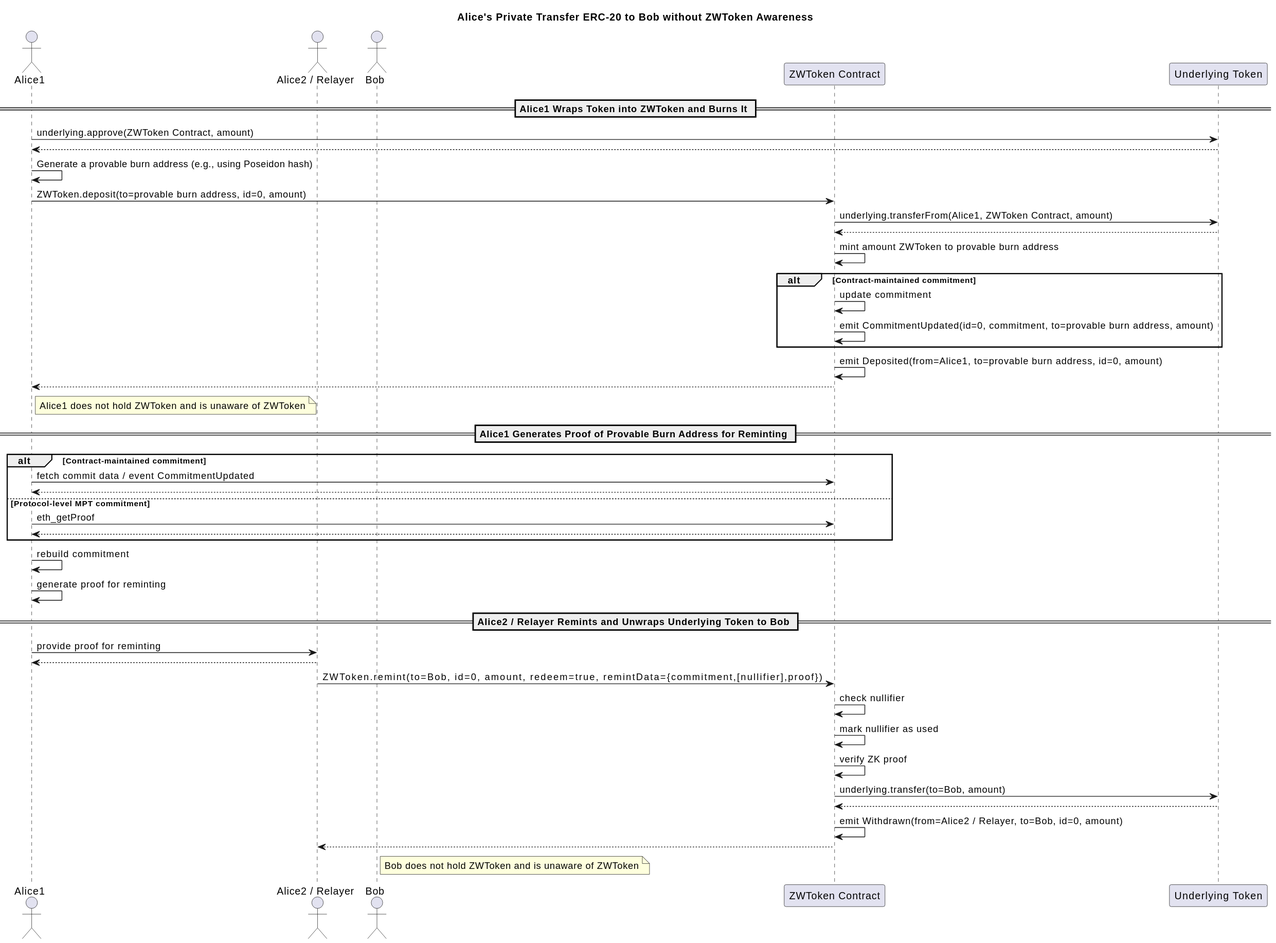
Before: assets/erc-8065/flow2.svg, a diagram exported from PlantUML (ethereum/ERCs). Its diagram source:
```plantuml
@startuml
title Alice's Private Transfer ERC-20 to Bob without ZWToken Awareness

actor Alice1
actor "Alice2 / Relayer" as Alice2
actor Bob
participant "ZWToken Contract" as ZW
participant "Underlying Token" as U

== Alice1 Wraps Token into ZWToken and Burns It ==
Alice1 -> U : underlying.approve(ZWToken Contract, amount)
Alice1 <-- U
Alice1 -> Alice1 : Generate a provable burn address (e.g., using Poseidon hash)
Alice1 -> ZW : ZWToken.deposit(to=provable burn address, id=0, amount)
ZW -> U : underlying.transferFrom(Alice1, ZWToken Contract, amount)
ZW <-- U
ZW -> ZW : mint amount ZWToken to provable burn address
alt Contract-maintained commitment
    ZW -> ZW : update commitment
    ZW -> ZW : emit CommitmentUpdated(id=0, commitment, to=provable burn address, amount)
end
ZW -> ZW : emit Deposited(from=Alice1, to=provable burn address, id=0, amount)
Alice1 <-- ZW
note right of Alice1 : Alice1 does not hold ZWToken and is unaware of ZWToken

== Alice1 Generates Proof of Provable Burn Address for Reminting ==
alt Contract-maintained commitment
    Alice1 -> ZW : fetch commit data / event CommitmentUpdated
    Alice1 <-- ZW
else Protocol-level MPT commitment
    Alice1 -> ZW : eth_getProof
    Alice1 <-- ZW
end
Alice1 -> Alice1 : rebuild commitment
Alice1 -> Alice1 : generate proof for reminting

== Alice2 / Relayer Remints and Unwraps Underlying Token to Bob ==
Alice1 -> Alice2 : provide proof for reminting
Alice1 <-- Alice2
Alice2 -> ZW : ZWToken.remint(to=Bob, id=0, amount, withdrawUnderlying=true, remintData={commitment,[nullifier],proof})
ZW -> ZW : check nullifier
ZW -> ZW : mark nullifier as used
ZW -> ZW : verify ZK proof
ZW -> U : underlying.transfer(to=Bob, amount)
ZW <-- U
ZW -> ZW : emit Withdrawn(from=Alice2 / Relayer, to=Bob, id=0, amount)
Alice2 <-- ZW
note right of Bob : Bob does not hold ZWToken and is unaware of ZWToken
@enduml
```
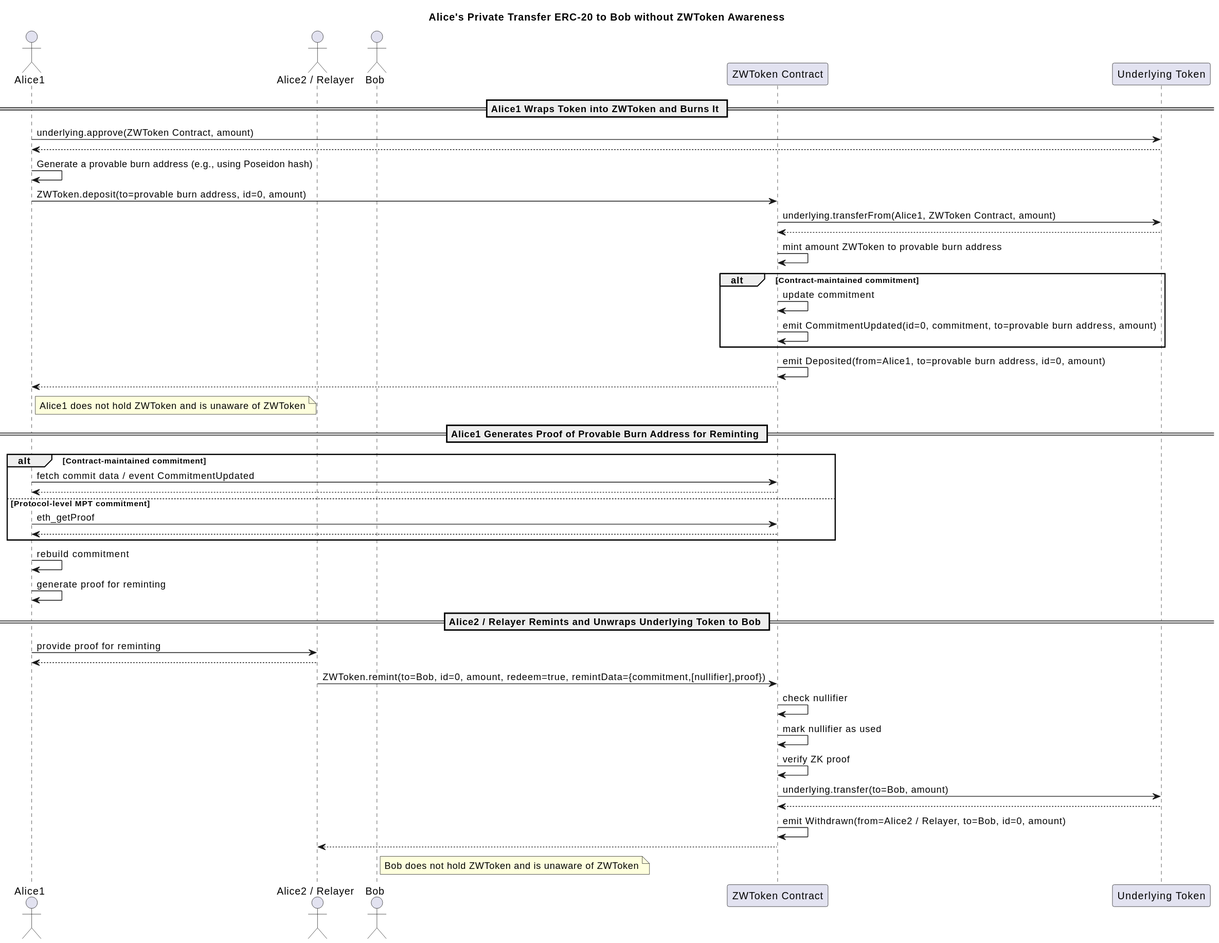
After the commit.

Commit message:
Update ERC-8065: fix workflow svg

Diff of the diagram source:
```diff
@@ -37,7 +37,7 @@
 == Alice2 / Relayer Remints and Unwraps Underlying Token to Bob ==
 Alice1 -> Alice2 : provide proof for reminting
 Alice1 <-- Alice2
-Alice2 -> ZW : ZWToken.remint(to=Bob, id=0, amount, withdrawUnderlying=true, remintData={commitment,[nullifier],proof})
+Alice2 -> ZW : ZWToken.remint(to=Bob, id=0, amount, redeem=true, remintData={commitment,[nullifier],proof})
 ZW -> ZW : check nullifier
 ZW -> ZW : mark nullifier as used
 ZW -> ZW : verify ZK proof
```
